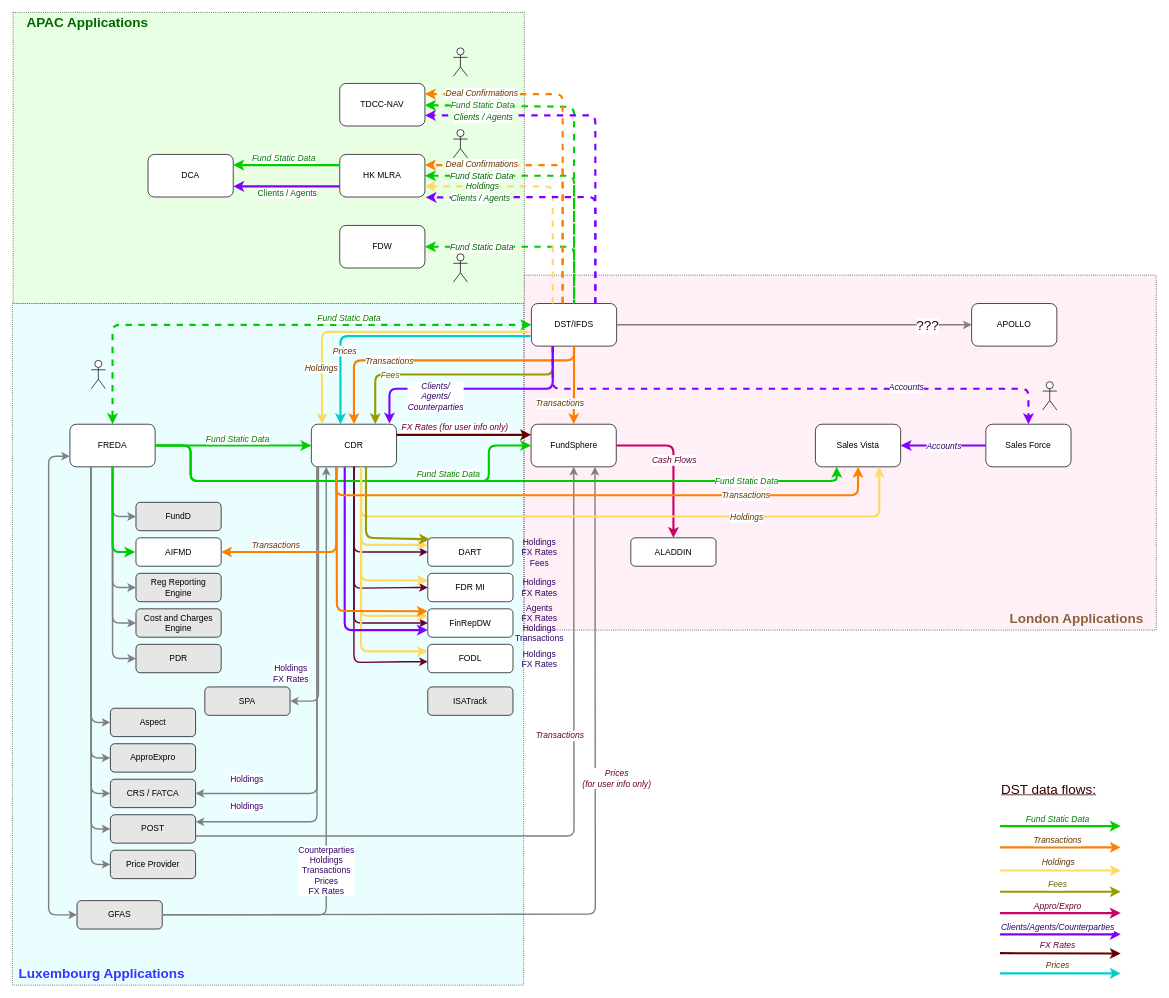
Above: GOS TA data flows.drawio in rodinan/Price-Provider (draw.io), before the change. Source tidied: cells renumbered, new cells numbered last; positions are measured from the earlier drawing's top-left corner, leaving out a move shared by most shapes. Both pictures are drawn from the tidied source at 71%, with x=0, y=0 at pixel (12, 12).
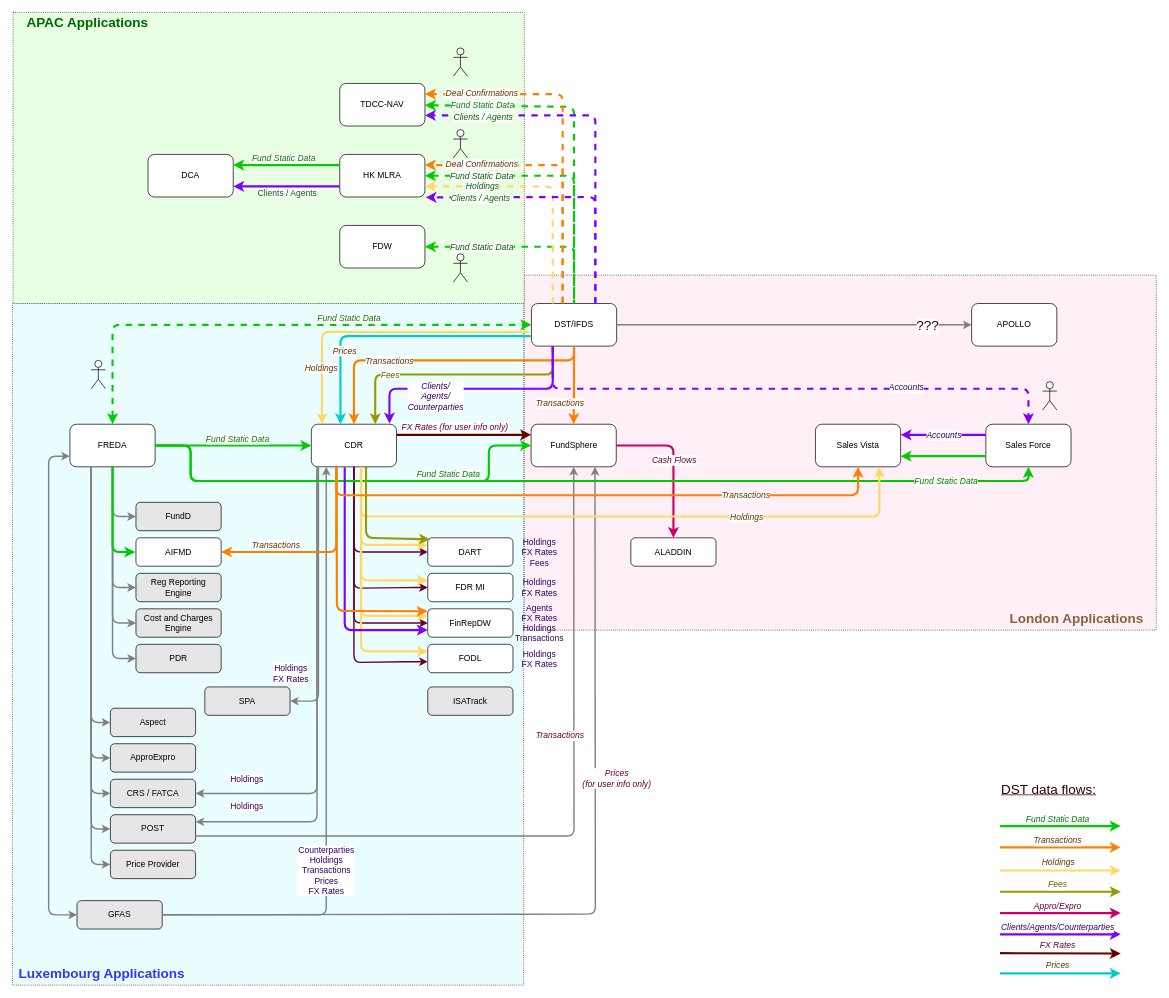
The same diagram, later.

Unchanged cells that the change refers to:
```xml
<mxCell id="6" value="FREDA" style="rounded=1;whiteSpace=wrap;html=1;" parent="1" vertex="1">
  <mxGeometry x="81" y="580" width="120" height="60" as="geometry" />
</mxCell>
<mxCell id="9" value="Sales Vista" style="rounded=1;whiteSpace=wrap;html=1;" parent="1" vertex="1">
  <mxGeometry x="1131" y="580" width="120" height="60" as="geometry" />
</mxCell>
<mxCell id="86" value="Sales Force" style="rounded=1;whiteSpace=wrap;html=1;" parent="1" vertex="1">
  <mxGeometry x="1371" y="580" width="120" height="60" as="geometry" />
</mxCell>
```

Change to the diagram source:
```diff
@@
-    <mxCell id="95" style="endArrow=classic;html=1;strokeColor=#00CC00;strokeWidth=3;entryX=0.25;entryY=1;entryDx=0;entryDy=0;exitX=1;exitY=0.5;exitDx=0;exitDy=0;" parent="1" edge="1" source="6" target="9">
+    <mxCell id="95" style="endArrow=classic;html=1;strokeColor=#00CC00;strokeWidth=3;entryX=0.5;entryY=1;entryDx=0;entryDy=0;exitX=1;exitY=0.5;exitDx=0;exitDy=0;" parent="1" edge="1" source="6" target="86">
       <mxGeometry relative="1" as="geometry">
         <Array as="points">
           <mxPoint x="251" y="610" />
           <mxPoint x="251" y="660" />
-          <mxPoint x="1161" y="660" />
+          <mxPoint x="1431" y="660" />
         </Array>
       </mxGeometry>
     </mxCell>
     <mxCell id="96" value="Fund Static Data" style="text;html=1;align=center;verticalAlign=middle;labelBackgroundColor=#ffffff;fontColor=#007D00;fontStyle=2;" parent="95" vertex="1">
       <mxGeometry x="0.4" y="6" relative="1" as="geometry">
-        <mxPoint x="161" y="6" as="offset" />
+        <mxPoint x="253" y="6" as="offset" />
       </mxGeometry>
     </mxCell>
@@
-    <mxCell id="123" style="endArrow=classic;html=1;strokeColor=#7F00FF;strokeWidth=3;exitX=0;exitY=0.5;exitDx=0;exitDy=0;entryX=1;entryY=0.5;entryDx=0;entryDy=0;" parent="1" edge="1" source="86" target="9">
-      <mxGeometry relative="1" as="geometry">
-        <Array as="points">
-          <mxPoint x="1301" y="610" />
-        </Array>
-      </mxGeometry>
+    <mxCell id="123" style="endArrow=classic;html=1;strokeColor=#7F00FF;strokeWidth=3;exitX=0;exitY=0.25;exitDx=0;exitDy=0;entryX=1;entryY=0.25;entryDx=0;entryDy=0;" parent="1" edge="1" source="86" target="9">
+      <mxGeometry relative="1" as="geometry" />
     </mxCell>
@@
+    <mxCell id="153" style="endArrow=classic;html=1;strokeColor=#00CC00;strokeWidth=3;entryX=1;entryY=0.75;entryDx=0;entryDy=0;exitX=0;exitY=0.75;exitDx=0;exitDy=0;" parent="1" edge="1" source="86" target="9">
+      <mxGeometry relative="1" as="geometry" />
+    </mxCell>
```
